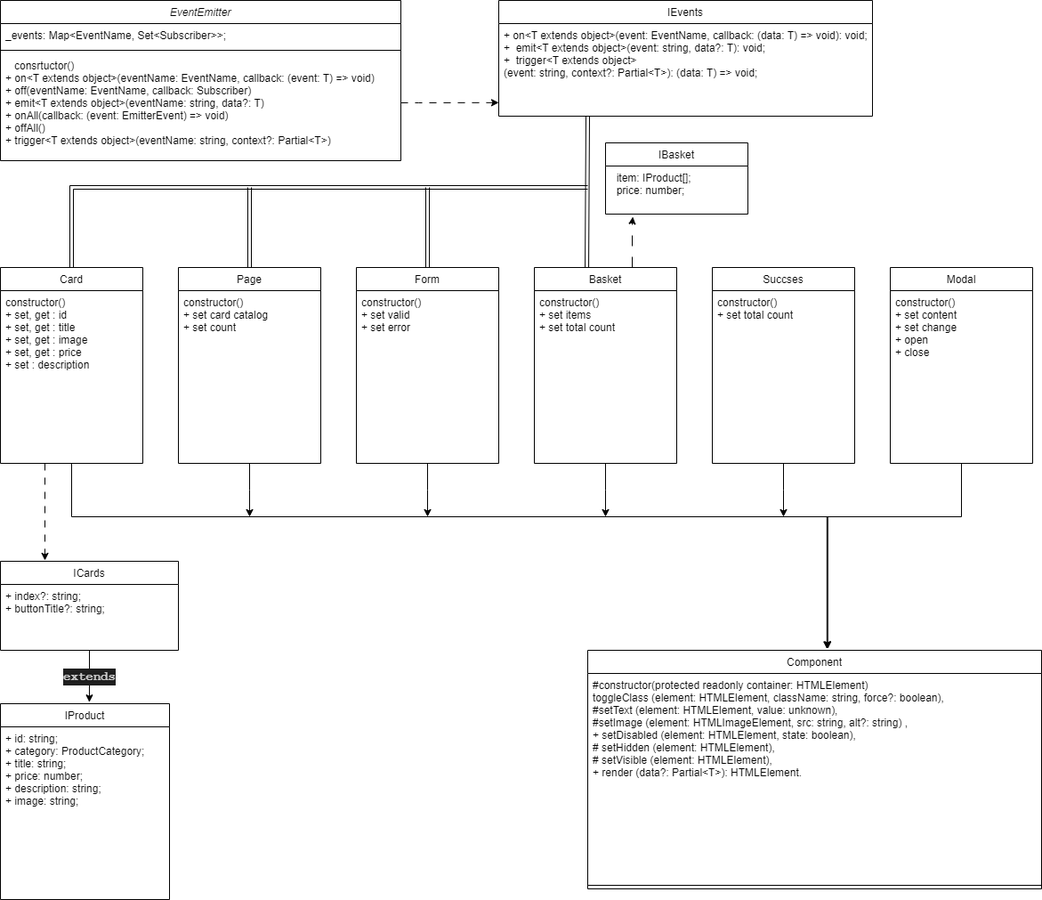
Before: diagram.png, a diagram exported from draw.io (vipkifonn/web-larek-frontend). Source tidied: cells renumbered, new cells last; positions are measured from the earlier drawing's top-left corner, leaving out a move shared by most shapes.
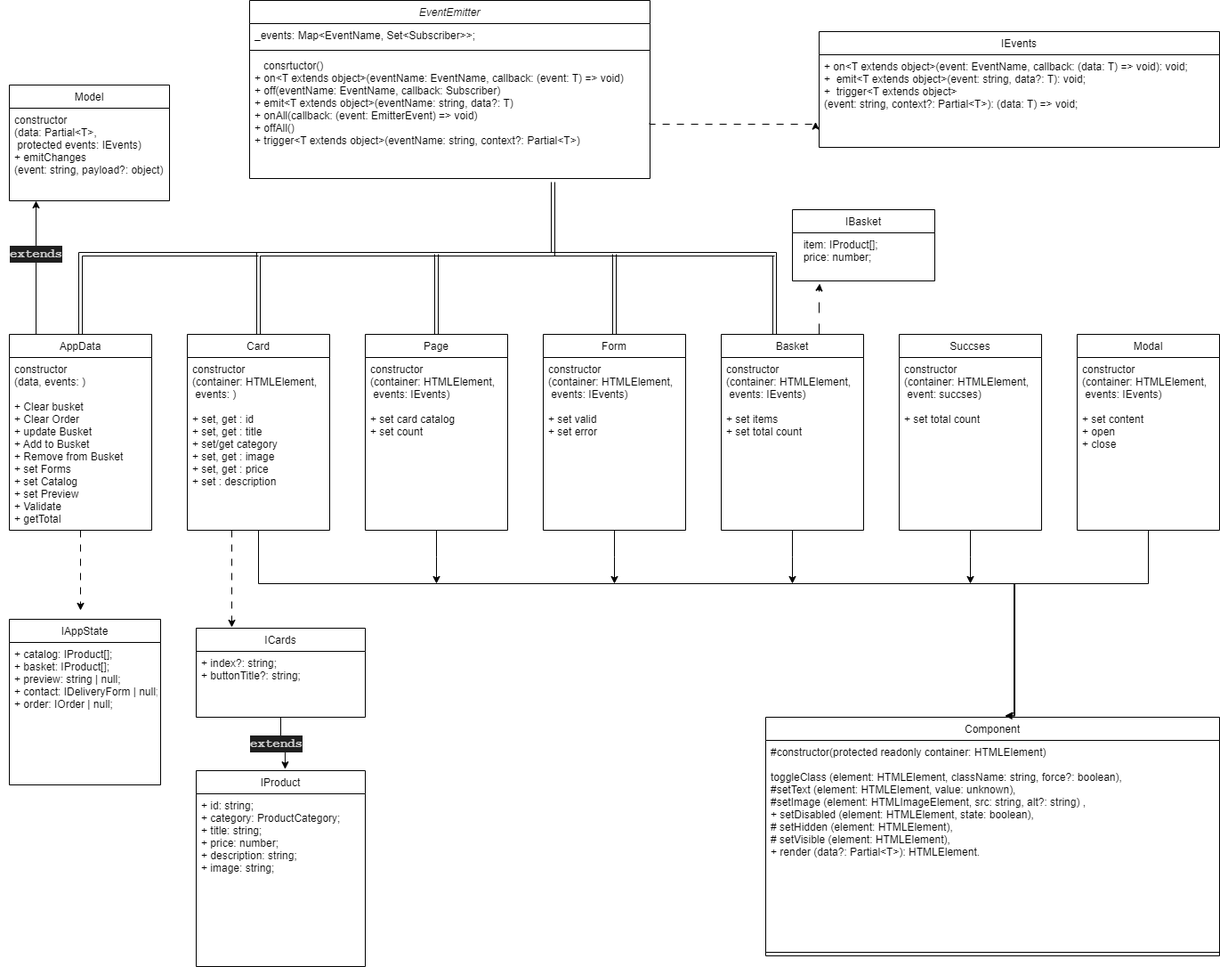
After the commit.

Change to the diagram source:
```diff
@@ -3,7 +3,7 @@
     <mxCell id="0" />
     <mxCell id="1" parent="0" />
     <mxCell id="2" value="EventEmitter" style="swimlane;fontStyle=2;align=center;verticalAlign=top;horizontal=1;startSize=26;rounded=0;shadow=0;strokeWidth=1;" parent="1" vertex="1">
-      <mxGeometry width="450" height="180" as="geometry" />
+      <mxGeometry x="70" y="-75" width="450" height="200" as="geometry" />
     </mxCell>
     <mxCell id="3" value="_events: Map&lt;EventName, Set&lt;Subscriber&gt;&gt;;" style="text;align=left;verticalAlign=top;spacingLeft=4;spacingRight=4;overflow=hidden;rounded=0;shadow=0;html=0;fontFamily=Helvetica;" parent="2" vertex="1">
       <mxGeometry y="26" width="450" height="26" as="geometry" />
@@ -14,20 +14,17 @@
     <mxCell id="5" value="   consrtuctor()&#10;+ on&lt;T extends object&gt;(eventName: EventName, callback: (event: T) =&gt; void)&#10;+ off(eventName: EventName, callback: Subscriber)&#10;+ emit&lt;T extends object&gt;(eventName: string, data?: T)&#10;+ onAll(callback: (event: EmitterEvent) =&gt; void)&#10;+ offAll()&#10;+ trigger&lt;T extends object&gt;(eventName: string, context?: Partial&lt;T&gt;)" style="text;align=left;verticalAlign=top;spacingLeft=4;spacingRight=4;overflow=hidden;points=[[0,0.5],[1,0.5]];portConstraint=eastwest;fontFamily=Helvetica;" parent="2" vertex="1">
       <mxGeometry y="60" width="450" height="120" as="geometry" />
     </mxCell>
-    <mxCell id="6" style="edgeStyle=orthogonalEdgeStyle;rounded=0;jettySize=auto;html=1;entryX=0.369;entryY=0.007;entryDx=0;entryDy=0;shape=link;entryPerimeter=0;" parent="1" edge="1" target="31">
+    <mxCell id="6" style="edgeStyle=orthogonalEdgeStyle;rounded=0;orthogonalLoop=1;jettySize=auto;html=1;entryX=0.369;entryY=0.007;entryDx=0;entryDy=0;shape=link;entryPerimeter=0;" parent="1" edge="1">
       <mxGeometry relative="1" as="geometry">
-        <mxPoint x="660" y="130" as="sourcePoint" />
+        <mxPoint x="411" y="129" as="sourcePoint" />
+        <mxPoint x="660" y="300" as="targetPoint" />
         <Array as="points">
-          <mxPoint x="660" y="302" />
+          <mxPoint x="411" y="128" />
+          <mxPoint x="411" y="210" />
+          <mxPoint x="660" y="210" />
         </Array>
       </mxGeometry>
     </mxCell>
-    <mxCell id="7" value="IEvents" style="swimlane;fontStyle=0;align=center;verticalAlign=top;horizontal=1;startSize=26;rounded=0;shadow=0;strokeWidth=1;" parent="1" vertex="1">
-      <mxGeometry x="560" width="420" height="130" as="geometry" />
-    </mxCell>
-    <mxCell id="8" value="+ on&lt;T extends object&gt;(event: EventName, callback: (data: T) =&gt; void): void;&#10;+  emit&lt;T extends object&gt;(event: string, data?: T): void;&#10;+  trigger&lt;T extends object&gt;&#10;(event: string, context?: Partial&lt;T&gt;): (data: T) =&gt; void;" style="text;align=left;verticalAlign=top;spacingLeft=4;spacingRight=4;overflow=hidden;points=[[0,0.5],[1,0.5]];portConstraint=eastwest;fontFamily=Helvetica;" parent="7" vertex="1">
-      <mxGeometry y="26" width="420" height="94" as="geometry" />
-    </mxCell>
     <mxCell id="9" style="edgeStyle=orthogonalEdgeStyle;rounded=0;jettySize=auto;html=1;entryX=0.529;entryY=-0.006;entryDx=0;entryDy=0;entryPerimeter=0;exitX=0.5;exitY=1;exitDx=0;exitDy=0;" parent="1" edge="1" source="19" target="10">
       <mxGeometry relative="1" as="geometry">
         <Array as="points">
@@ -37,19 +34,19 @@
       </mxGeometry>
     </mxCell>
     <mxCell id="10" value="Component" style="swimlane;fontStyle=0;align=center;verticalAlign=top;horizontal=1;startSize=26;rounded=0;shadow=0;strokeWidth=1;" parent="1" vertex="1">
-      <mxGeometry x="660" y="730" width="510" height="268" as="geometry" />
+      <mxGeometry x="650" y="730" width="510" height="268" as="geometry" />
     </mxCell>
-    <mxCell id="11" value="#constructor(protected readonly container: HTMLElement)&#10;toggleClass (element: HTMLElement, className: string, force?: boolean),&#10;#setText (element: HTMLElement, value: unknown),&#10;#setImage (element: HTMLImageElement, src: string, alt?: string) ,&#10;+ setDisabled (element: HTMLElement, state: boolean),&#10;# setHidden (element: HTMLElement),&#10;# setVisible (element: HTMLElement),&#10;+ render (data?: Partial&lt;T&gt;): HTMLElement." style="text;align=left;verticalAlign=top;spacingLeft=4;spacingRight=4;overflow=hidden;fontFamily=Helvetica;" parent="10" vertex="1">
+    <mxCell id="11" value="#constructor(protected readonly container: HTMLElement)&#10;&#10;toggleClass (element: HTMLElement, className: string, force?: boolean),&#10;#setText (element: HTMLElement, value: unknown),&#10;#setImage (element: HTMLImageElement, src: string, alt?: string) ,&#10;+ setDisabled (element: HTMLElement, state: boolean),&#10;# setHidden (element: HTMLElement),&#10;# setVisible (element: HTMLElement),&#10;+ render (data?: Partial&lt;T&gt;): HTMLElement." style="text;align=left;verticalAlign=top;spacingLeft=4;spacingRight=4;overflow=hidden;fontFamily=Helvetica;" parent="10" vertex="1">
       <mxGeometry y="26" width="510" height="234" as="geometry" />
     </mxCell>
     <mxCell id="12" style="line;html=1;strokeWidth=1;align=left;verticalAlign=middle;spacingTop=-1;spacingLeft=3;spacingRight=3;labelPosition=right;" parent="10" vertex="1">
       <mxGeometry y="260" width="510" height="8" as="geometry" />
     </mxCell>
-    <mxCell id="13" style="edgeStyle=orthogonalEdgeStyle;rounded=0;jettySize=auto;html=1;entryX=0;entryY=0.945;entryDx=0;entryDy=0;entryPerimeter=0;dashed=1;dashPattern=8 8;" parent="1" edge="1" source="5" target="8">
+    <mxCell id="13" style="edgeStyle=orthogonalEdgeStyle;rounded=0;jettySize=auto;html=1;dashed=1;dashPattern=8 8;entryX=-0.009;entryY=0.803;entryDx=0;entryDy=0;entryPerimeter=0;exitX=0.999;exitY=0.646;exitDx=0;exitDy=0;exitPerimeter=0;" parent="1" edge="1" source="5" target="8">
       <mxGeometry relative="1" as="geometry">
         <Array as="points">
-          <mxPoint x="470" y="115" />
-          <mxPoint x="470" y="115" />
+          <mxPoint x="520" y="64" />
+          <mxPoint x="706" y="64" />
         </Array>
       </mxGeometry>
     </mxCell>
@@ -66,7 +63,7 @@
     <mxCell id="16" value="Page" style="swimlane;fontStyle=0;align=center;verticalAlign=top;horizontal=1;startSize=26;rounded=0;shadow=0;strokeWidth=1;" parent="1" vertex="1">
       <mxGeometry x="200" y="300" width="160" height="220" as="geometry" />
     </mxCell>
-    <mxCell id="17" value="constructor()&#10;+ set card catalog&#10;+ set count&#10;" style="text;align=left;verticalAlign=top;spacingLeft=4;spacingRight=4;overflow=hidden;" parent="16" vertex="1">
+    <mxCell id="17" value="constructor&#10;(container: HTMLElement,&#10; events: IEvents)&#10;&#10;+ set card catalog&#10;+ set count&#10;" style="text;align=left;verticalAlign=top;spacingLeft=4;spacingRight=4;overflow=hidden;fontFamily=Helvetica;" parent="16" vertex="1">
       <mxGeometry y="26" width="160" height="160" as="geometry" />
     </mxCell>
     <mxCell id="18" style="edgeStyle=orthogonalEdgeStyle;rounded=0;jettySize=auto;html=1;shape=link;" parent="1" edge="1" source="19">
@@ -80,17 +77,17 @@
     <mxCell id="19" value="Card" style="swimlane;fontStyle=0;align=center;verticalAlign=top;horizontal=1;startSize=26;rounded=0;shadow=0;strokeWidth=1;" parent="1" vertex="1">
       <mxGeometry y="300" width="160" height="220" as="geometry" />
     </mxCell>
-    <mxCell id="20" value="constructor()&#10;+ set, get : id&#10;+ set, get : title&#10;+ set, get : image&#10;+ set, get : price&#10;+ set : description&#10;&#10;" style="text;align=left;verticalAlign=top;spacingLeft=4;spacingRight=4;overflow=hidden;" parent="19" vertex="1">
-      <mxGeometry y="26" width="160" height="160" as="geometry" />
+    <mxCell id="20" value="constructor&#10;(container: HTMLElement,&#10; events: )&#10;&#10;+ set, get : id&#10;+ set, get : title&#10;+ set/get category&#10;+ set, get : image&#10;+ set, get : price&#10;+ set : description&#10;&#10;" style="text;align=left;verticalAlign=top;spacingLeft=4;spacingRight=4;overflow=hidden;fontFamily=Helvetica;" parent="19" vertex="1">
+      <mxGeometry y="26" width="160" height="156" as="geometry" />
     </mxCell>
     <mxCell id="21" value="ICards" style="swimlane;fontStyle=0;align=center;verticalAlign=top;horizontal=1;startSize=26;rounded=0;shadow=0;strokeWidth=1;" parent="1" vertex="1">
-      <mxGeometry y="630" width="200" height="100" as="geometry" />
+      <mxGeometry x="10" y="630" width="190" height="100" as="geometry" />
     </mxCell>
     <mxCell id="22" value="+ index?: string;&#10;+ buttonTitle?: string;" style="text;align=left;verticalAlign=top;spacingLeft=4;spacingRight=4;overflow=hidden;fontFamily=Helvetica;" parent="21" vertex="1">
-      <mxGeometry y="26" width="200" height="74" as="geometry" />
+      <mxGeometry y="26" width="190" height="74" as="geometry" />
     </mxCell>
     <mxCell id="23" value="IProduct" style="swimlane;fontStyle=0;align=center;verticalAlign=top;horizontal=1;startSize=26;rounded=0;shadow=0;strokeWidth=1;" parent="1" vertex="1">
-      <mxGeometry y="790" width="190" height="220" as="geometry" />
+      <mxGeometry x="10" y="790" width="190" height="220" as="geometry" />
     </mxCell>
     <mxCell id="24" value="+ id: string;&#10;+ category: ProductCategory;&#10;+ title: string;&#10;+ price: number;&#10;+ description: string;&#10;+ image: string;" style="text;align=left;verticalAlign=top;spacingLeft=4;spacingRight=4;overflow=hidden;fontFamily=Helvetica;" parent="23" vertex="1">
       <mxGeometry y="26" width="190" height="160" as="geometry" />
@@ -108,8 +105,8 @@
     <mxCell id="27" value="Form" style="swimlane;fontStyle=0;align=center;verticalAlign=top;horizontal=1;startSize=26;rounded=0;shadow=0;strokeWidth=1;" parent="1" vertex="1">
       <mxGeometry x="400" y="300" width="160" height="220" as="geometry" />
     </mxCell>
-    <mxCell id="28" value="constructor()&#10;+ set valid&#10;+ set error&#10;" style="text;align=left;verticalAlign=top;spacingLeft=4;spacingRight=4;overflow=hidden;" parent="27" vertex="1">
-      <mxGeometry y="26" width="160" height="160" as="geometry" />
+    <mxCell id="28" value="constructor&#10;(container: HTMLElement,&#10; events: IEvents)&#10;&#10;+ set valid&#10;+ set error&#10;" style="text;align=left;verticalAlign=top;spacingLeft=4;spacingRight=4;overflow=hidden;" parent="27" vertex="1">
+      <mxGeometry y="26" width="160" height="156" as="geometry" />
     </mxCell>
     <mxCell id="29" style="edgeStyle=orthogonalEdgeStyle;rounded=0;jettySize=auto;html=1;" parent="1" edge="1" source="31">
       <mxGeometry relative="1" as="geometry">
@@ -128,7 +125,7 @@
     <mxCell id="31" value="Basket" style="swimlane;fontStyle=0;align=center;verticalAlign=top;horizontal=1;startSize=26;rounded=0;shadow=0;strokeWidth=1;" parent="1" vertex="1">
       <mxGeometry x="600" y="300" width="160" height="220" as="geometry" />
     </mxCell>
-    <mxCell id="32" value="constructor()&#10;+ set items&#10;+ set total count&#10;" style="text;align=left;verticalAlign=top;spacingLeft=4;spacingRight=4;overflow=hidden;" parent="31" vertex="1">
+    <mxCell id="32" value="constructor&#10;(container: HTMLElement,&#10; events: IEvents)&#10;&#10;+ set items&#10;+ set total count&#10;" style="text;align=left;verticalAlign=top;spacingLeft=4;spacingRight=4;overflow=hidden;" parent="31" vertex="1">
       <mxGeometry y="26" width="160" height="160" as="geometry" />
     </mxCell>
     <mxCell id="33" style="edgeStyle=orthogonalEdgeStyle;rounded=0;jettySize=auto;html=1;" parent="1" edge="1" source="34">
@@ -139,8 +136,8 @@
     <mxCell id="34" value="Succses" style="swimlane;fontStyle=0;align=center;verticalAlign=top;horizontal=1;startSize=26;rounded=0;shadow=0;strokeWidth=1;" parent="1" vertex="1">
       <mxGeometry x="800" y="300" width="160" height="220" as="geometry" />
     </mxCell>
-    <mxCell id="35" value="constructor()&#10;+ set total count" style="text;align=left;verticalAlign=top;spacingLeft=4;spacingRight=4;overflow=hidden;" parent="34" vertex="1">
-      <mxGeometry y="26" width="160" height="160" as="geometry" />
+    <mxCell id="35" value="constructor&#10;(container: HTMLElement,&#10; event: succses)&#10;&#10;+ set total count" style="text;align=left;verticalAlign=top;spacingLeft=4;spacingRight=4;overflow=hidden;" parent="34" vertex="1">
+      <mxGeometry y="26" width="160" height="156" as="geometry" />
     </mxCell>
     <mxCell id="36" style="edgeStyle=orthogonalEdgeStyle;rounded=0;jettySize=auto;html=1;entryX=0.527;entryY=-0.006;entryDx=0;entryDy=0;entryPerimeter=0;" parent="1" edge="1" source="37" target="10">
       <mxGeometry relative="1" as="geometry">
@@ -153,7 +150,7 @@
     <mxCell id="37" value="Modal" style="swimlane;fontStyle=0;align=center;verticalAlign=top;horizontal=1;startSize=26;rounded=0;shadow=0;strokeWidth=1;" parent="1" vertex="1">
       <mxGeometry x="1000" y="300" width="160" height="220" as="geometry" />
     </mxCell>
-    <mxCell id="38" value="constructor()&#10;+ set content&#10;+ set change&#10;+ open&#10;+ close&#10;" style="text;align=left;verticalAlign=top;spacingLeft=4;spacingRight=4;overflow=hidden;" parent="37" vertex="1">
+    <mxCell id="38" value="constructor&#10;(container: HTMLElement,&#10; events: IEvents)&#10;&#10;+ set content&#10;+ open&#10;+ close&#10;" style="text;align=left;verticalAlign=top;spacingLeft=4;spacingRight=4;overflow=hidden;" parent="37" vertex="1">
       <mxGeometry y="26" width="160" height="160" as="geometry" />
     </mxCell>
     <mxCell id="39" style="edgeStyle=orthogonalEdgeStyle;rounded=0;jettySize=auto;html=1;entryX=0.526;entryY=-0.008;entryDx=0;entryDy=0;entryPerimeter=0;" parent="1" edge="1" source="21" target="23">
@@ -176,5 +173,53 @@
     <mxCell id="43" value="  item: IProduct[];&#10;  price: number;" style="text;align=left;verticalAlign=top;spacingLeft=4;spacingRight=4;overflow=hidden;points=[[0,0.5],[1,0.5]];portConstraint=eastwest;fontFamily=Helvetica;" parent="42" vertex="1">
       <mxGeometry y="26" width="160" height="54" as="geometry" />
     </mxCell>
+    <mxCell id="7" value="IEvents" style="swimlane;fontStyle=0;align=center;verticalAlign=top;horizontal=1;startSize=26;rounded=0;shadow=0;strokeWidth=1;" parent="1" vertex="1">
+      <mxGeometry x="710" y="-40" width="450" height="130" as="geometry" />
+    </mxCell>
+    <mxCell id="8" value="+ on&lt;T extends object&gt;(event: EventName, callback: (data: T) =&gt; void): void;&#10;+  emit&lt;T extends object&gt;(event: string, data?: T): void;&#10;+  trigger&lt;T extends object&gt;&#10;(event: string, context?: Partial&lt;T&gt;): (data: T) =&gt; void;" style="text;align=left;verticalAlign=top;spacingLeft=4;spacingRight=4;overflow=hidden;points=[[0,0.5],[1,0.5]];portConstraint=eastwest;fontFamily=Helvetica;" parent="7" vertex="1">
+      <mxGeometry y="26" width="450" height="94" as="geometry" />
+    </mxCell>
+    <mxCell id="44" style="edgeStyle=orthogonalEdgeStyle;rounded=0;jettySize=auto;html=1;shape=link;" parent="1" edge="1" source="47">
+      <mxGeometry relative="1" as="geometry">
+        <mxPoint x="80" y="210" as="targetPoint" />
+        <Array as="points">
+          <mxPoint x="-120" y="210" />
+        </Array>
+      </mxGeometry>
+    </mxCell>
+    <mxCell id="45" style="edgeStyle=orthogonalEdgeStyle;rounded=0;jettySize=auto;html=1;exitX=0.173;exitY=0.002;exitDx=0;exitDy=0;exitPerimeter=0;" parent="1" edge="1" source="47">
+      <mxGeometry relative="1" as="geometry">
+        <mxPoint x="-170" y="150" as="targetPoint" />
+        <Array as="points">
+          <mxPoint x="-170" y="300" />
+        </Array>
+      </mxGeometry>
+    </mxCell>
+    <mxCell id="46" style="edgeStyle=orthogonalEdgeStyle;rounded=0;jettySize=auto;html=1;dashed=1;dashPattern=8 8;" parent="1" edge="1" source="47">
+      <mxGeometry relative="1" as="geometry">
+        <mxPoint x="-120" y="610" as="targetPoint" />
+      </mxGeometry>
+    </mxCell>
+    <mxCell id="47" value="AppData" style="swimlane;fontStyle=0;align=center;verticalAlign=top;horizontal=1;startSize=26;rounded=0;shadow=0;strokeWidth=1;" parent="1" vertex="1">
+      <mxGeometry x="-200" y="300" width="160" height="220" as="geometry" />
+    </mxCell>
+    <mxCell id="48" value="constructor&#10;(data, events: )&#10;&#10;+ Clear busket&#10;+ Clear Order&#10;+ update Busket&#10;+ Add to Busket&#10;+ Remove from Busket&#10;+ set Forms&#10;+ set Catalog&#10;+ set Preview&#10;+ Validate&#10;+ getTotal &#10;&#10;" style="text;align=left;verticalAlign=top;spacingLeft=4;spacingRight=4;overflow=hidden;" parent="47" vertex="1">
+      <mxGeometry y="26" width="160" height="194" as="geometry" />
+    </mxCell>
+    <mxCell id="49" value="Model" style="swimlane;fontStyle=0;align=center;verticalAlign=top;horizontal=1;startSize=26;rounded=0;shadow=0;strokeWidth=1;" parent="1" vertex="1">
+      <mxGeometry x="-200" y="20" width="180" height="130" as="geometry" />
+    </mxCell>
+    <mxCell id="50" value="constructor&#10;(data: Partial&lt;T&gt;,&#10; protected events: IEvents)&#10;+ emitChanges&#10;(event: string, payload?: object)" style="text;align=left;verticalAlign=top;spacingLeft=4;spacingRight=4;overflow=hidden;fontFamily=Helvetica;" parent="49" vertex="1">
+      <mxGeometry y="26" width="180" height="104" as="geometry" />
+    </mxCell>
+    <mxCell id="51" value="&lt;h5 style=&quot;color: rgb(204, 204, 204); background-color: rgb(31, 31, 31); font-family: &amp;quot;JetBrains Mono&amp;quot;, Menlo, Monaco, &amp;quot;Courier New&amp;quot;, monospace, Consolas, &amp;quot;Courier New&amp;quot;, monospace; font-size: 14px; line-height: 19px; white-space-collapse: preserve;&quot;&gt;extends&lt;/h5&gt;" style="text;html=1;align=center;verticalAlign=middle;strokeColor=none;fillColor=none;" parent="1" vertex="1">
+      <mxGeometry x="-210" y="170" width="80" height="80" as="geometry" />
+    </mxCell>
+    <mxCell id="52" value="IAppState" style="swimlane;fontStyle=0;align=center;verticalAlign=top;horizontal=1;startSize=26;rounded=0;shadow=0;strokeWidth=1;" parent="1" vertex="1">
+      <mxGeometry x="-200" y="620" width="170" height="186" as="geometry" />
+    </mxCell>
+    <mxCell id="53" value="+ catalog: IProduct[];&#10;+ basket: IProduct[];&#10;+ preview: string | null;&#10;+ contact: IDeliveryForm | null;&#10;+ order: IOrder | null;" style="text;align=left;verticalAlign=top;spacingLeft=4;spacingRight=4;overflow=hidden;fontFamily=Helvetica;" parent="52" vertex="1">
+      <mxGeometry y="26" width="170" height="160" as="geometry" />
+    </mxCell>
   </root>
 </mxGraphModel>
```
